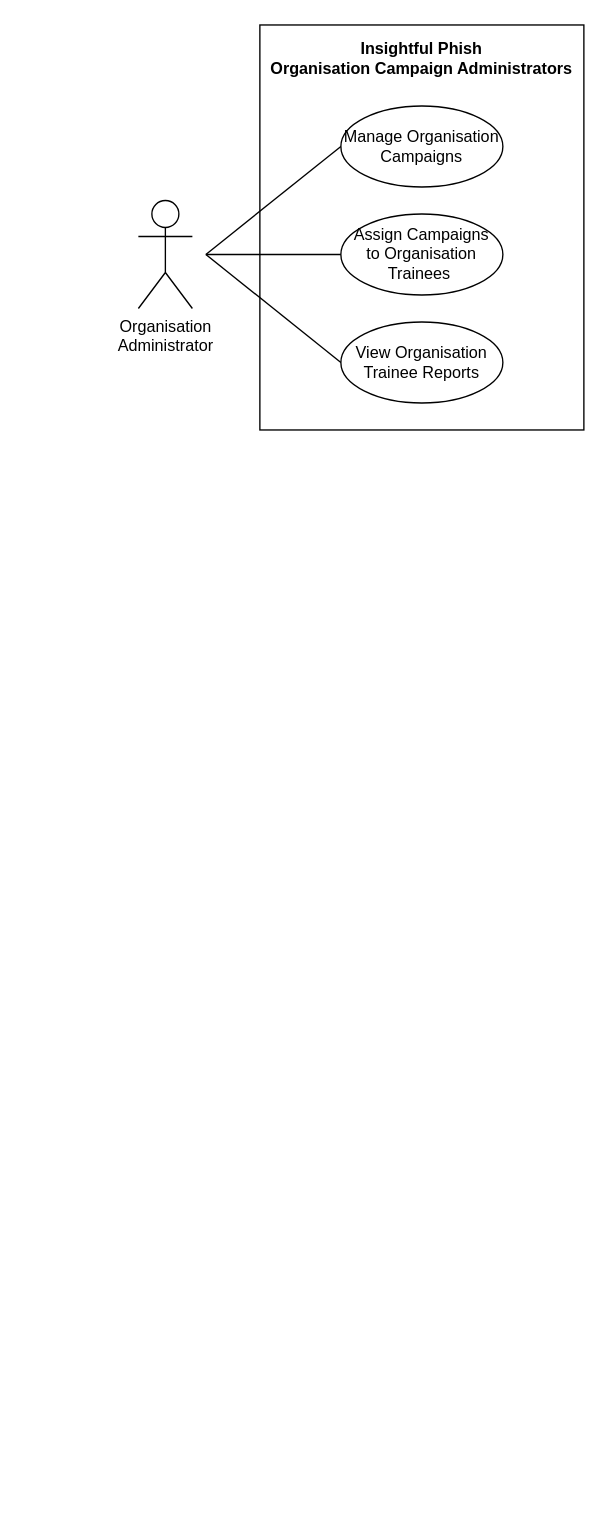
COS301-SE-2026/Cybersecurity-Awareness-Training-Platform keeps this draw.io diagram as docs/demo4/diagrams/srs/use-cases/organisation-campaign-administrators.drawio. Above is the earlier version. Source tidied: cells renumbered, new cells numbered last; positions are measured from the earlier drawing's top-left corner, leaving out a move shared by most shapes. Both pictures are drawn from the tidied source at 135%, with x=0, y=0 at pixel (138, 24).
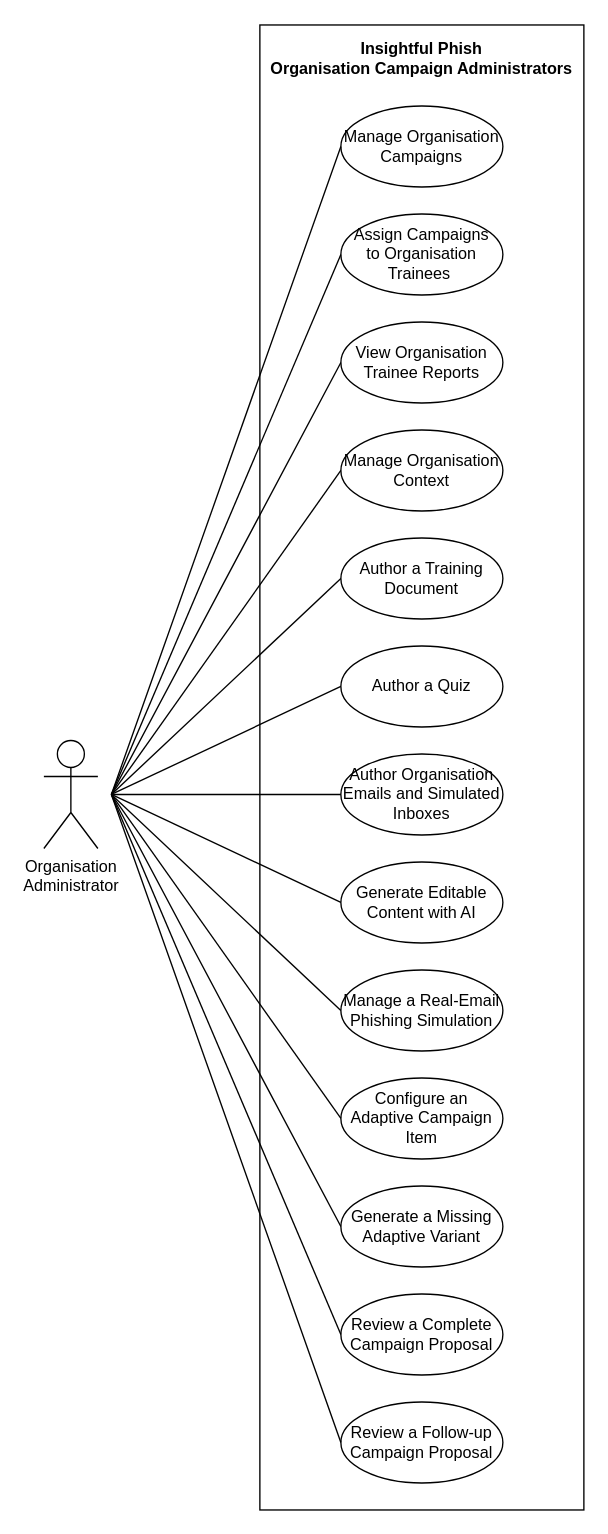
After the change.

The change refers to these unchanged cells:
```xml
<mxCell id="3" value="View Organisation Trainee Reports" style="ellipse;whiteSpace=wrap;html=1;" parent="1" vertex="1">
  <mxGeometry x="150" y="220" width="120" height="60" as="geometry" />
</mxCell>
<mxCell id="7" value="Assign Campaigns&lt;br&gt;to Organisation Trainees&amp;nbsp;" style="ellipse;whiteSpace=wrap;html=1;" parent="1" vertex="1">
  <mxGeometry x="150" y="140" width="120" height="60" as="geometry" />
</mxCell>
<mxCell id="8" value="Manage Organisation Campaigns" style="ellipse;whiteSpace=wrap;html=1;" parent="1" vertex="1">
  <mxGeometry x="150" y="60" width="120" height="60" as="geometry" />
</mxCell>
```

What changed in the source:
```diff
@@
     <mxCell id="2" style="rounded=0;whiteSpace=wrap;html=1;fillColor=none;" parent="1" vertex="1">
-      <mxGeometry x="90" width="240" height="300" as="geometry" />
+      <mxGeometry x="90" width="240" height="1100" as="geometry" />
     </mxCell>
@@
     <mxCell id="5" value="&lt;div&gt;Organisation&lt;br&gt;Administrator&lt;/div&gt;" style="shape=umlActor;verticalLabelPosition=bottom;verticalAlign=top;html=1;" parent="1" vertex="1">
-      <mxGeometry y="130" width="40" height="80" as="geometry" />
+      <mxGeometry x="-70" y="530" width="40" height="80" as="geometry" />
     </mxCell>
     <mxCell id="6" style="endArrow=none;html=1;rounded=0;entryX=0;entryY=0.5;entryDx=0;entryDy=0;" parent="1" edge="1" target="3">
       <mxGeometry relative="1" as="geometry">
-        <mxPoint x="50" y="170" as="sourcePoint" />
+        <mxPoint x="-20" y="570" as="sourcePoint" />
       </mxGeometry>
     </mxCell>
@@
     <mxCell id="9" style="endArrow=none;html=1;rounded=0;entryX=0;entryY=0.5;entryDx=0;entryDy=0;" parent="1" edge="1" target="7">
       <mxGeometry relative="1" as="geometry">
-        <mxPoint x="50" y="170" as="sourcePoint" />
+        <mxPoint x="-20" y="570" as="sourcePoint" />
       </mxGeometry>
     </mxCell>
     <mxCell id="10" style="endArrow=none;html=1;rounded=0;entryX=0;entryY=0.5;entryDx=0;entryDy=0;" parent="1" edge="1" target="8">
       <mxGeometry relative="1" as="geometry">
-        <mxPoint x="50" y="170" as="sourcePoint" />
+        <mxPoint x="-20" y="570" as="sourcePoint" />
       </mxGeometry>
     </mxCell>
+    <mxCell id="11" value="Manage Organisation Context" style="ellipse;whiteSpace=wrap;html=1;" parent="1" vertex="1">
+      <mxGeometry x="150" y="300" width="120" height="60" as="geometry" />
+    </mxCell>
+    <mxCell id="12" value="Author a Training Document" style="ellipse;whiteSpace=wrap;html=1;" parent="1" vertex="1">
+      <mxGeometry x="150" y="380" width="120" height="60" as="geometry" />
+    </mxCell>
+    <mxCell id="13" value="Author a Quiz" style="ellipse;whiteSpace=wrap;html=1;" parent="1" vertex="1">
+      <mxGeometry x="150" y="460" width="120" height="60" as="geometry" />
+    </mxCell>
+    <mxCell id="14" value="Author Organisation Emails and Simulated Inboxes" style="ellipse;whiteSpace=wrap;html=1;" parent="1" vertex="1">
+      <mxGeometry x="150" y="540" width="120" height="60" as="geometry" />
+    </mxCell>
+    <mxCell id="15" value="Generate Editable Content with AI" style="ellipse;whiteSpace=wrap;html=1;" parent="1" vertex="1">
+      <mxGeometry x="150" y="620" width="120" height="60" as="geometry" />
+    </mxCell>
+    <mxCell id="16" value="Manage a Real-Email Phishing Simulation" style="ellipse;whiteSpace=wrap;html=1;" parent="1" vertex="1">
+      <mxGeometry x="150" y="700" width="120" height="60" as="geometry" />
+    </mxCell>
+    <mxCell id="17" value="Configure an Adaptive Campaign Item" style="ellipse;whiteSpace=wrap;html=1;" parent="1" vertex="1">
+      <mxGeometry x="150" y="780" width="120" height="60" as="geometry" />
+    </mxCell>
+    <mxCell id="18" value="Generate a Missing Adaptive Variant" style="ellipse;whiteSpace=wrap;html=1;" parent="1" vertex="1">
+      <mxGeometry x="150" y="860" width="120" height="60" as="geometry" />
+    </mxCell>
+    <mxCell id="19" value="Review a Complete Campaign Proposal" style="ellipse;whiteSpace=wrap;html=1;" parent="1" vertex="1">
+      <mxGeometry x="150" y="940" width="120" height="60" as="geometry" />
+    </mxCell>
+    <mxCell id="20" value="Review a Follow-up Campaign Proposal" style="ellipse;whiteSpace=wrap;html=1;" parent="1" vertex="1">
+      <mxGeometry x="150" y="1020" width="120" height="60" as="geometry" />
+    </mxCell>
+    <mxCell id="21" style="endArrow=none;html=1;rounded=0;entryX=0;entryY=0.5;entryDx=0;entryDy=0;" parent="1" edge="1" target="11">
+      <mxGeometry relative="1" as="geometry">
+        <mxPoint x="-20" y="570" as="sourcePoint" />
+      </mxGeometry>
+    </mxCell>
+    <mxCell id="22" style="endArrow=none;html=1;rounded=0;entryX=0;entryY=0.5;entryDx=0;entryDy=0;" parent="1" edge="1" target="12">
+      <mxGeometry relative="1" as="geometry">
+        <mxPoint x="-20" y="570" as="sourcePoint" />
+      </mxGeometry>
+    </mxCell>
+    <mxCell id="23" style="endArrow=none;html=1;rounded=0;entryX=0;entryY=0.5;entryDx=0;entryDy=0;" parent="1" edge="1" target="13">
+      <mxGeometry relative="1" as="geometry">
+        <mxPoint x="-20" y="570" as="sourcePoint" />
+      </mxGeometry>
+    </mxCell>
+    <mxCell id="24" style="endArrow=none;html=1;rounded=0;entryX=0;entryY=0.5;entryDx=0;entryDy=0;" parent="1" edge="1" target="14">
+      <mxGeometry relative="1" as="geometry">
+        <mxPoint x="-20" y="570" as="sourcePoint" />
+      </mxGeometry>
+    </mxCell>
+    <mxCell id="25" style="endArrow=none;html=1;rounded=0;entryX=0;entryY=0.5;entryDx=0;entryDy=0;" parent="1" edge="1" target="15">
+      <mxGeometry relative="1" as="geometry">
+        <mxPoint x="-20" y="570" as="sourcePoint" />
+      </mxGeometry>
+    </mxCell>
+    <mxCell id="26" style="endArrow=none;html=1;rounded=0;entryX=0;entryY=0.5;entryDx=0;entryDy=0;" parent="1" edge="1" target="16">
+      <mxGeometry relative="1" as="geometry">
+        <mxPoint x="-20" y="570" as="sourcePoint" />
+      </mxGeometry>
+    </mxCell>
+    <mxCell id="27" style="endArrow=none;html=1;rounded=0;entryX=0;entryY=0.5;entryDx=0;entryDy=0;" parent="1" edge="1" target="17">
+      <mxGeometry relative="1" as="geometry">
+        <mxPoint x="-20" y="570" as="sourcePoint" />
+      </mxGeometry>
+    </mxCell>
+    <mxCell id="28" style="endArrow=none;html=1;rounded=0;entryX=0;entryY=0.5;entryDx=0;entryDy=0;" parent="1" edge="1" target="18">
+      <mxGeometry relative="1" as="geometry">
+        <mxPoint x="-20" y="570" as="sourcePoint" />
+      </mxGeometry>
+    </mxCell>
+    <mxCell id="29" style="endArrow=none;html=1;rounded=0;exitX=0;exitY=0.5;exitDx=0;exitDy=0;" parent="1" edge="1" source="19">
+      <mxGeometry relative="1" as="geometry">
+        <mxPoint x="-20" y="570" as="targetPoint" />
+      </mxGeometry>
+    </mxCell>
+    <mxCell id="30" style="endArrow=none;html=1;rounded=0;exitX=0;exitY=0.5;exitDx=0;exitDy=0;" parent="1" edge="1" source="20">
+      <mxGeometry relative="1" as="geometry">
+        <mxPoint x="-20" y="570" as="targetPoint" />
+      </mxGeometry>
+    </mxCell>
```
